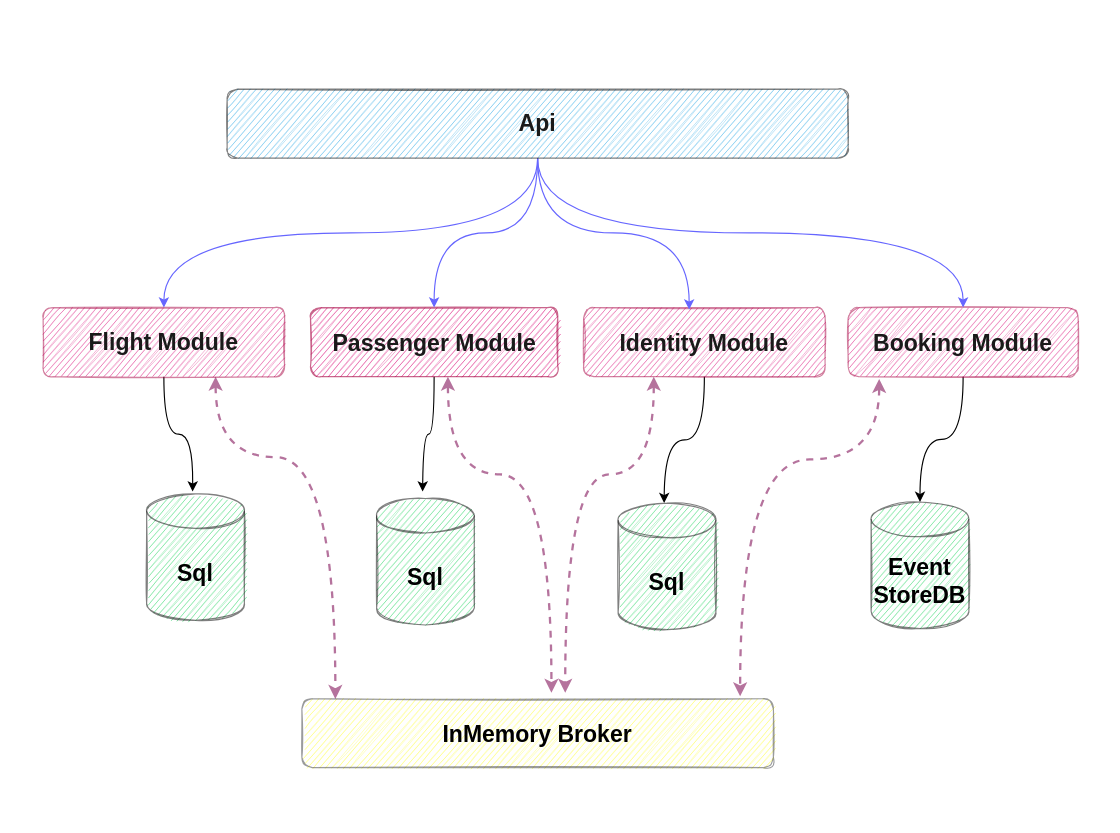
Above: assets/modular-monolith-diagram.drawio in meysamhadeli/booking-modular-monolith (draw.io), before the change. Source tidied: cells renumbered, new cells numbered last; positions are measured from the earlier drawing's top-left corner, leaving out a move shared by most shapes. Both pictures are drawn from the tidied source at 115%, with x=0, y=0 at pixel (20, 20).
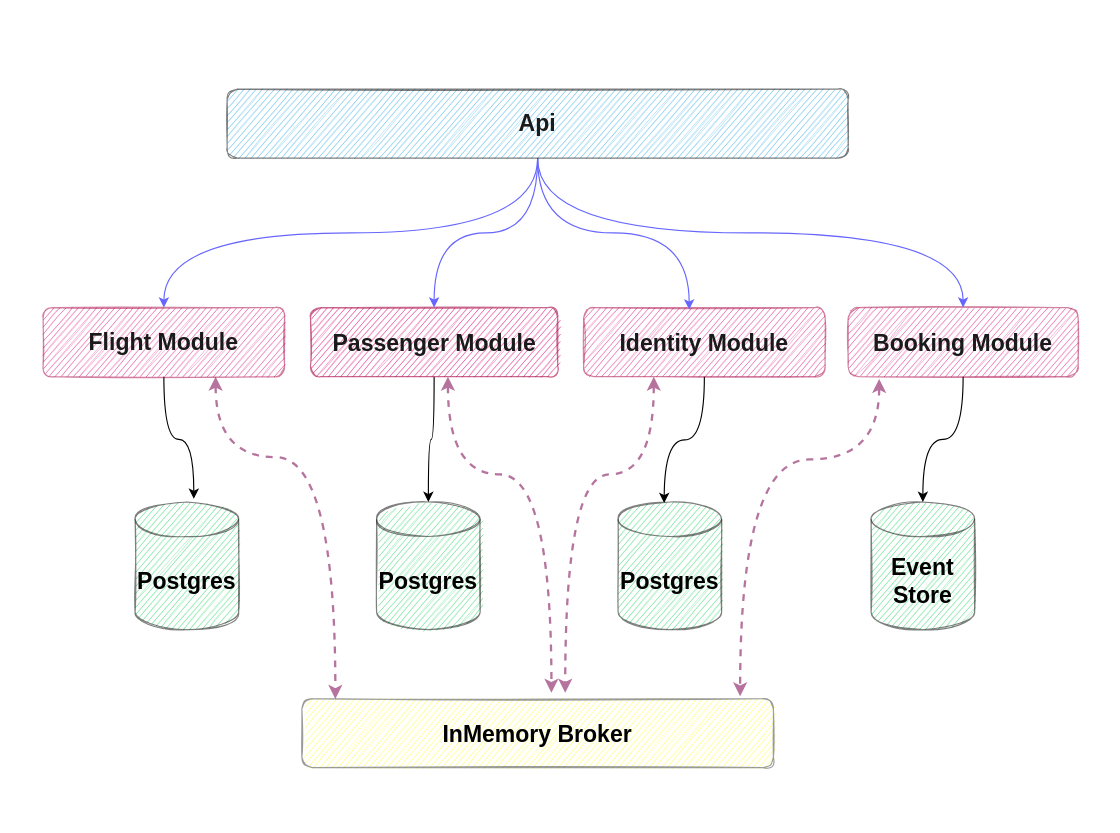
The same page after the edit.

The change refers to these unchanged cells:
```xml
<mxCell id="5" value="&lt;font color=&quot;#1a1a1a&quot; style=&quot;font-size: 20px;&quot;&gt;&lt;b style=&quot;&quot;&gt;Flight Module&lt;/b&gt;&lt;/font&gt;" style="rounded=1;whiteSpace=wrap;html=1;fontSize=17;fillColor=#d80073;fontColor=#ffffff;strokeColor=#A50040;sketch=1;opacity=50;" parent="1" vertex="1">
  <mxGeometry x="20" y="250" width="210" height="60" as="geometry" />
</mxCell>
<mxCell id="11" value="Passenger Module" style="rounded=1;whiteSpace=wrap;html=1;fontSize=20;fillColor=#d80073;fontColor=#1A1A1A;strokeColor=#A50040;sketch=1;fontStyle=1;opacity=60;" parent="1" vertex="1">
  <mxGeometry x="252.5" y="250" width="215" height="60" as="geometry" />
</mxCell>
```

What changed in the source:
```diff
@@
-    <mxCell id="3" style="edgeStyle=orthogonalEdgeStyle;curved=1;rounded=0;jettySize=auto;html=1;entryX=0.5;entryY=0;entryDx=0;entryDy=0;entryPerimeter=0;fontSize=20;fontColor=#1A1A1A;" parent="1" edge="1" source="5">
-      <mxGeometry relative="1" as="geometry">
-        <mxPoint x="150" y="410" as="targetPoint" />
-      </mxGeometry>
+    <mxCell id="3" style="edgeStyle=orthogonalEdgeStyle;curved=1;rounded=0;jettySize=auto;html=1;fontSize=20;fontColor=#1A1A1A;entryX=0.567;entryY=-0.025;entryDx=0;entryDy=0;entryPerimeter=0;" parent="1" edge="1" source="5" target="27">
+      <mxGeometry relative="1" as="geometry" />
     </mxCell>
@@
-    <mxCell id="9" style="edgeStyle=orthogonalEdgeStyle;curved=1;rounded=0;jettySize=auto;html=1;fontSize=20;fontColor=#1A1A1A;" parent="1" edge="1" source="11">
-      <mxGeometry relative="1" as="geometry">
-        <mxPoint x="350" y="410" as="targetPoint" />
-      </mxGeometry>
+    <mxCell id="9" style="edgeStyle=orthogonalEdgeStyle;curved=1;rounded=0;jettySize=auto;html=1;fontSize=20;fontColor=#1A1A1A;entryX=0.5;entryY=0;entryDx=0;entryDy=0;entryPerimeter=0;" parent="1" edge="1" source="11" target="26">
+      <mxGeometry relative="1" as="geometry" />
     </mxCell>
@@
-    <mxCell id="20" value="Event&lt;br&gt;StoreDB" style="shape=cylinder3;whiteSpace=wrap;html=1;boundedLbl=1;backgroundOutline=1;size=15;fontSize=20;fontStyle=1;fillColor=#12D356;sketch=1;opacity=50;" parent="1" vertex="1">
-      <mxGeometry x="740" y="419" width="85" height="110" as="geometry" />
+    <mxCell id="20" value="Event&lt;div&gt;Store&lt;/div&gt;" style="shape=cylinder3;whiteSpace=wrap;html=1;boundedLbl=1;backgroundOutline=1;size=15;fontSize=20;fontStyle=1;fillColor=#12D356;sketch=1;opacity=50;" parent="1" vertex="1">
+      <mxGeometry x="740" y="419" width="90" height="111" as="geometry" />
     </mxCell>
@@
-    <mxCell id="22" value="Sql" style="shape=cylinder3;whiteSpace=wrap;html=1;boundedLbl=1;backgroundOutline=1;size=15;fontSize=20;fontStyle=1;fillColor=#12D356;sketch=1;opacity=50;" parent="1" vertex="1">
-      <mxGeometry x="110" y="412" width="85" height="110" as="geometry" />
-    </mxCell>
-    <mxCell id="23" value="Sql" style="shape=cylinder3;whiteSpace=wrap;html=1;boundedLbl=1;backgroundOutline=1;size=15;fontSize=20;fontStyle=1;fillColor=#12D356;sketch=1;opacity=50;" parent="1" vertex="1">
-      <mxGeometry x="310" y="416" width="85" height="110" as="geometry" />
-    </mxCell>
-    <mxCell id="24" value="Sql" style="shape=cylinder3;whiteSpace=wrap;html=1;boundedLbl=1;backgroundOutline=1;size=15;fontSize=20;fontStyle=1;fillColor=#12D356;sketch=1;opacity=50;" parent="1" vertex="1">
-      <mxGeometry x="520" y="420" width="85" height="110" as="geometry" />
-    </mxCell>
+    <mxCell id="25" value="Postgres" style="shape=cylinder3;whiteSpace=wrap;html=1;boundedLbl=1;backgroundOutline=1;size=15;fontSize=20;fontStyle=1;fillColor=#12D356;sketch=1;opacity=50;" parent="1" vertex="1">
+      <mxGeometry x="520" y="419" width="90" height="111" as="geometry" />
+    </mxCell>
+    <mxCell id="26" value="Postgres" style="shape=cylinder3;whiteSpace=wrap;html=1;boundedLbl=1;backgroundOutline=1;size=15;fontSize=20;fontStyle=1;fillColor=#12D356;sketch=1;opacity=50;" parent="1" vertex="1">
+      <mxGeometry x="310" y="419" width="90" height="111" as="geometry" />
+    </mxCell>
+    <mxCell id="27" value="Postgres" style="shape=cylinder3;whiteSpace=wrap;html=1;boundedLbl=1;backgroundOutline=1;size=15;fontSize=20;fontStyle=1;fillColor=#12D356;sketch=1;opacity=50;" parent="1" vertex="1">
+      <mxGeometry x="100" y="419" width="90" height="111" as="geometry" />
+    </mxCell>
```
